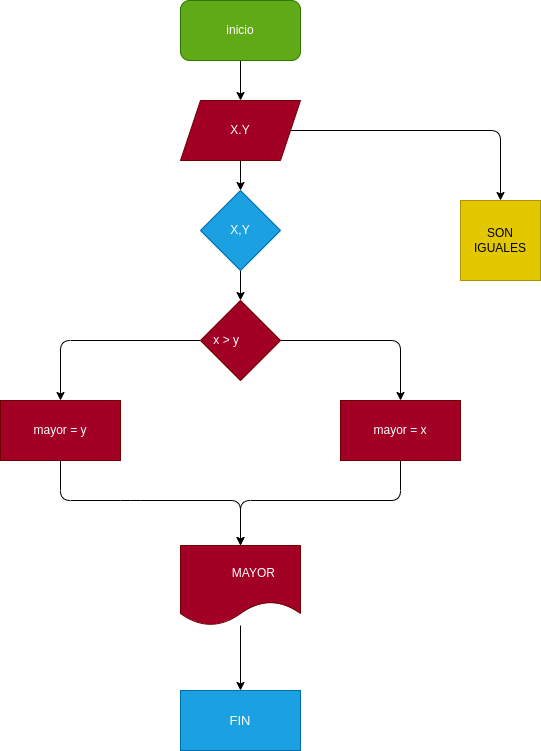
Before: diagrama.png, a diagram exported from draw.io (Chalarcanicolas/mayor_2enteros). Source tidied: cells renumbered, new cells last; positions are measured from the earlier drawing's top-left corner, leaving out a move shared by most shapes.
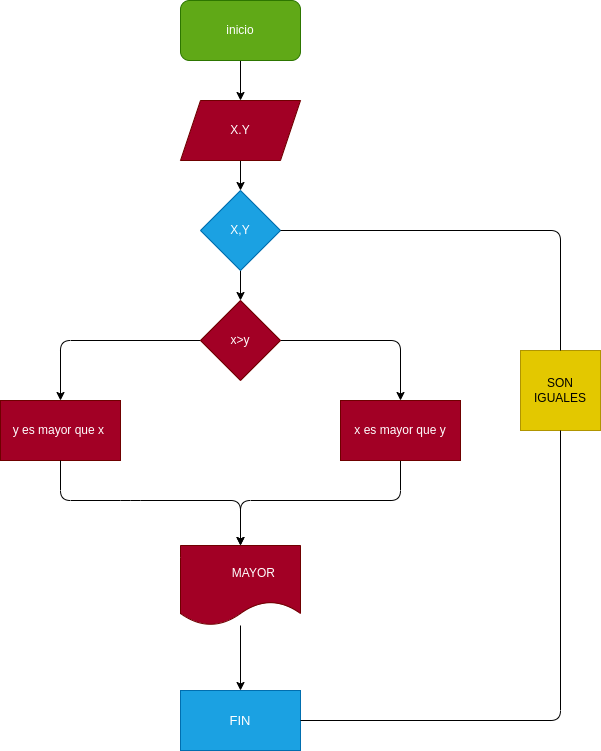
Later version of the same file.

Commit message:
Se modifica el diagrama

What changed in the source:
```diff
@@ -28,10 +28,10 @@
         </Array>
       </mxGeometry>
     </mxCell>
-    <mxCell id="8" value="x &amp;gt; y&lt;span style=&quot;white-space: pre;&quot;&gt;&#9;&lt;/span&gt;" style="rhombus;whiteSpace=wrap;html=1;fillColor=#a20025;fontColor=#ffffff;strokeColor=#6F0000;" parent="1" vertex="1">
+    <mxCell id="8" value="x&amp;gt;y" style="rhombus;whiteSpace=wrap;html=1;fillColor=#a20025;fontColor=#ffffff;strokeColor=#6F0000;" parent="1" vertex="1">
       <mxGeometry x="200" y="300" width="80" height="80" as="geometry" />
     </mxCell>
-    <mxCell id="9" value="mayor = y" style="whiteSpace=wrap;html=1;fillColor=#a20025;strokeColor=#6F0000;fontColor=#ffffff;" parent="1" vertex="1">
+    <mxCell id="9" value="y es mayor que x&amp;nbsp;" style="whiteSpace=wrap;html=1;fillColor=#a20025;strokeColor=#6F0000;fontColor=#ffffff;" parent="1" vertex="1">
       <mxGeometry y="400" width="120" height="60" as="geometry" />
     </mxCell>
     <mxCell id="10" style="edgeStyle=none;html=1;exitX=0.5;exitY=1;exitDx=0;exitDy=0;" parent="1" edge="1" source="11" target="13">
@@ -43,7 +43,7 @@
         </Array>
       </mxGeometry>
     </mxCell>
-    <mxCell id="11" value="mayor = x" style="whiteSpace=wrap;html=1;fillColor=#a20025;strokeColor=#6F0000;fontColor=#ffffff;" parent="1" vertex="1">
+    <mxCell id="11" value="x es mayor que y" style="whiteSpace=wrap;html=1;fillColor=#a20025;strokeColor=#6F0000;fontColor=#ffffff;" parent="1" vertex="1">
       <mxGeometry x="340" y="400" width="120" height="60" as="geometry" />
     </mxCell>
     <mxCell id="12" style="edgeStyle=none;html=1;fontSize=13;" parent="1" edge="1" source="13" target="19">
@@ -68,17 +68,24 @@
       <mxGeometry x="200" y="190" width="80" height="80" as="geometry" />
     </mxCell>
     <mxCell id="17" value="SON IGUALES" style="whiteSpace=wrap;html=1;fillColor=#e3c800;fontColor=#000000;strokeColor=#B09500;" parent="1" vertex="1">
-      <mxGeometry x="460" y="200" width="80" height="80" as="geometry" />
+      <mxGeometry x="520" y="350" width="80" height="80" as="geometry" />
     </mxCell>
-    <mxCell id="18" style="endArrow=classic;html=1;entryX=0.5;entryY=0;entryDx=0;entryDy=0;exitX=1;exitY=0.5;exitDx=0;exitDy=0;" parent="1" edge="1" source="5" target="17">
-      <mxGeometry relative="1" as="geometry">
-        <Array as="points">
-          <mxPoint x="500" y="130" />
-        </Array>
-      </mxGeometry>
-    </mxCell>
     <mxCell id="19" value="FIN" style="rounded=0;whiteSpace=wrap;html=1;fontSize=13;fillColor=#1ba1e2;strokeColor=#006EAF;fontColor=#ffffff;" parent="1" vertex="1">
       <mxGeometry x="180" y="690" width="120" height="60" as="geometry" />
     </mxCell>
+    <mxCell id="20" style="endArrow=none;html=1;entryX=0.5;entryY=0;entryDx=0;entryDy=0;exitX=1;exitY=0.5;exitDx=0;exitDy=0;" parent="1" edge="1" source="16" target="17">
+      <mxGeometry relative="1" as="geometry">
+        <Array as="points">
+          <mxPoint x="560" y="230" />
+        </Array>
+      </mxGeometry>
+    </mxCell>
+    <mxCell id="21" style="endArrow=none;html=1;entryX=0.5;entryY=1;entryDx=0;entryDy=0;exitX=1;exitY=0.5;exitDx=0;exitDy=0;" parent="1" edge="1" source="19" target="17">
+      <mxGeometry relative="1" as="geometry">
+        <Array as="points">
+          <mxPoint x="560" y="720" />
+        </Array>
+      </mxGeometry>
+    </mxCell>
   </root>
 </mxGraphModel>
```
